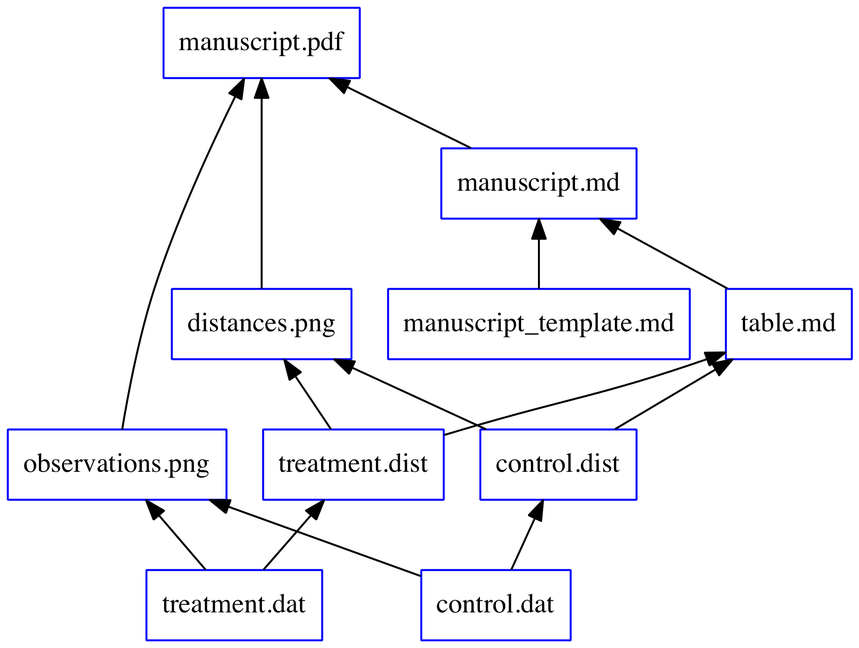
Before: example.png, a diagram exported from Graphviz (standage/2014-09-03-reproducibility). Its source is kept beside it as example.dot. Source of this version:
```dot
digraph
{
  graph [dpi=300]
  node  [color="blue",shape="box"]
  edge  [dir="back"]

  manuscript  [label="manuscript.pdf"]
  obs_plot    [label="observations.png"]
  dist_plot   [label="distances.png"]
  man_md      [label="manuscript.md"]
  table_md    [label="table.md"]
  man_temp    [label="manuscript_template.md"]
  control_d   [label="control.dist"]
  treatment_d [label="treatment.dist"]
  control     [label="control.dat"]
  treatment   [label="treatment.dat"]

  manuscript  -> man_md
  manuscript  -> obs_plot
  manuscript  -> dist_plot
  man_md      -> man_temp
  man_md      -> table_md
  table_md    -> control_d
  table_md    -> treatment_d
  dist_plot   -> control_d
  dist_plot   -> treatment_d
  obs_plot    -> control
  obs_plot    -> treatment
  control_d   -> control
  treatment_d -> treatment
}
```
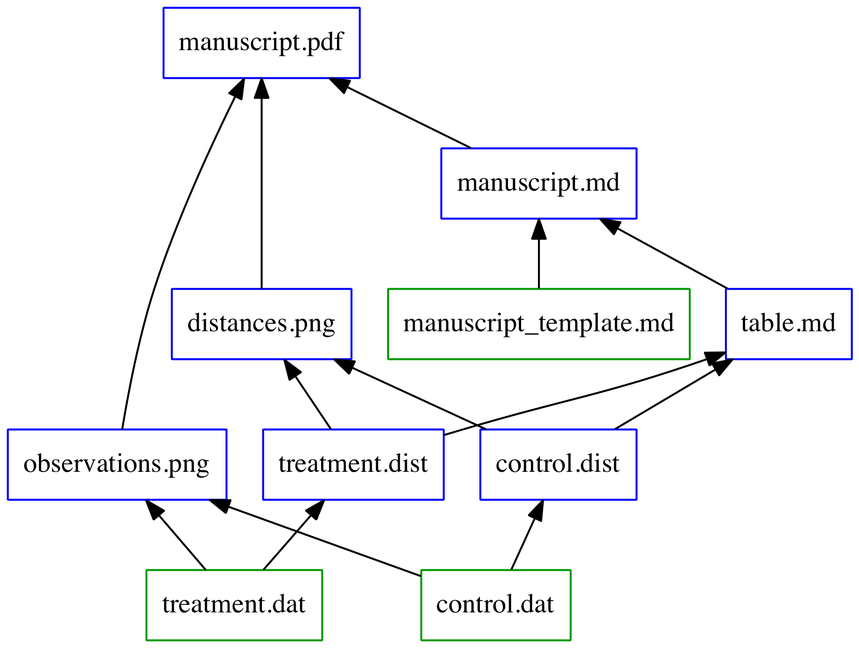
After the change.

The edit, as a diff of the source:
```diff
@@ -1,17 +1,19 @@
 digraph
 {
   graph [dpi=300]
-  node  [color="blue",shape="box"]
   edge  [dir="back"]
 
+  node        [color="blue",shape="box"]
   manuscript  [label="manuscript.pdf"]
   obs_plot    [label="observations.png"]
   dist_plot   [label="distances.png"]
   man_md      [label="manuscript.md"]
   table_md    [label="table.md"]
-  man_temp    [label="manuscript_template.md"]
   control_d   [label="control.dist"]
   treatment_d [label="treatment.dist"]
+
+  node        [color="#009900",shape="box"]
+  man_temp    [label="manuscript_template.md"]
   control     [label="control.dat"]
   treatment   [label="treatment.dat"]
 
```
